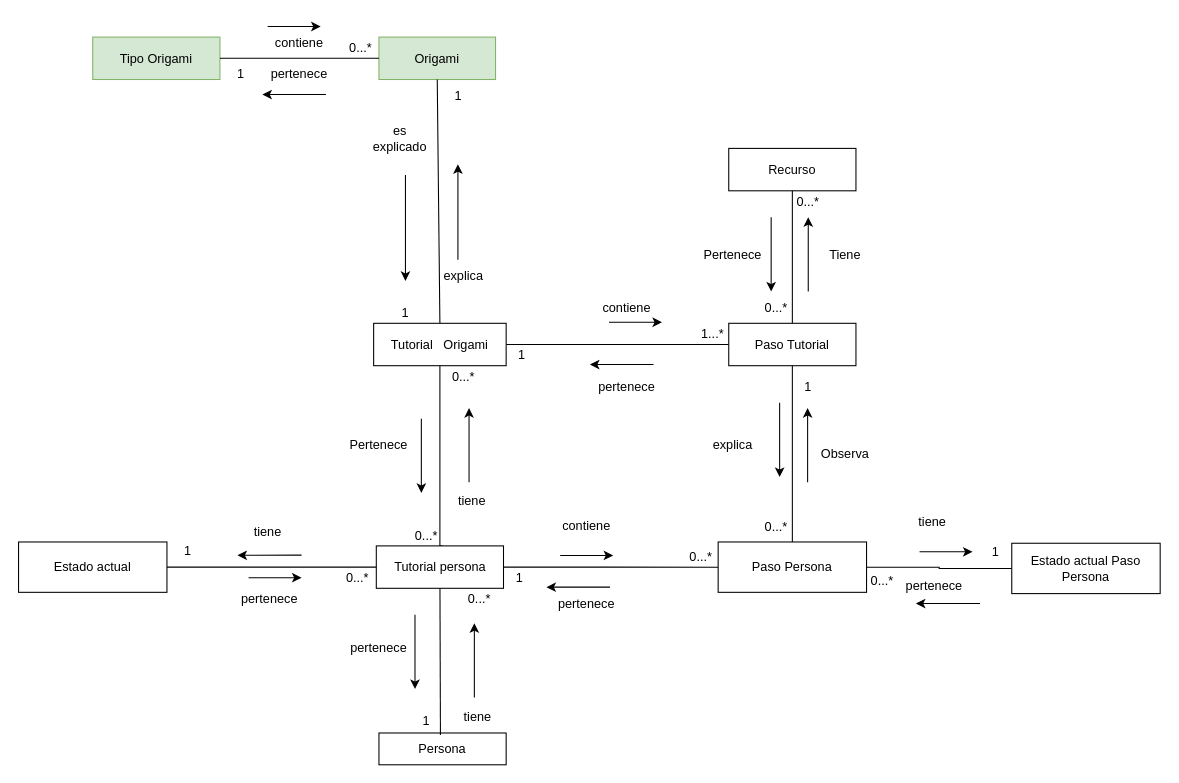
Earlier version of the draw.io diagram ModeloDeDominio3D.drawio (andrescastillo1996/documentacionMundoOrigami). Source tidied: cells renumbered, new cells numbered last; positions are measured from the earlier drawing's top-left corner, leaving out a move shared by most shapes. Both pictures are drawn from the tidied source at 106%, with x=0, y=0 at pixel (18, 26).
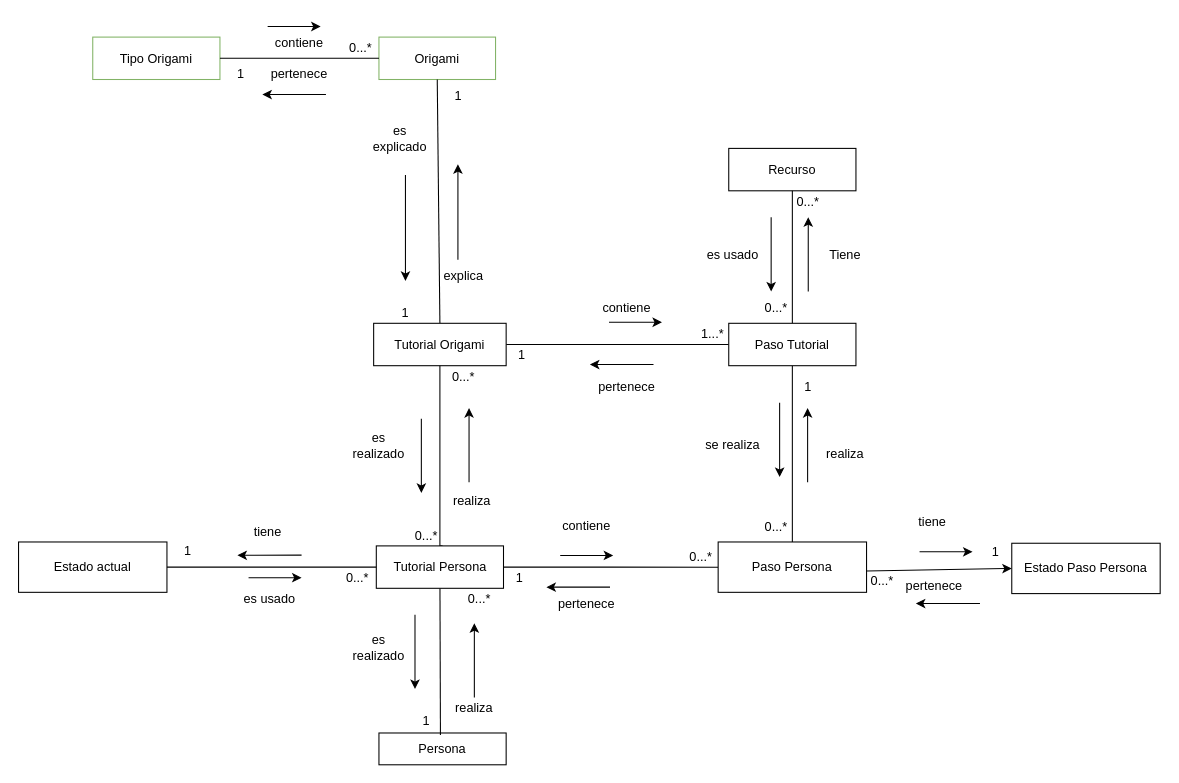
The same page after the edit.

Commit message:
últimos cambios ModeloDeDominio3D.drawio

The change refers to these unchanged cells:
```xml
<mxCell id="62" value="Paso Persona" style="rounded=0;whiteSpace=wrap;html=1;" parent="1" vertex="1">
  <mxGeometry x="660" y="485.8" width="140" height="47.5" as="geometry" />
</mxCell>
<mxCell id="80" value="0...*" style="text;html=1;strokeColor=none;fillColor=none;align=center;verticalAlign=middle;whiteSpace=wrap;rounded=0;" parent="1" vertex="1">
  <mxGeometry x="800" y="513.2" width="30" height="20" as="geometry" />
</mxCell>
```

The edit, as a diff of the source:
```diff
@@
-    <mxCell id="2" value="Tipo Origami" style="rounded=0;whiteSpace=wrap;html=1;fillColor=#d5e8d4;strokeColor=#82b366;" parent="1" vertex="1">
+    <mxCell id="2" value="Tipo Origami" style="rounded=0;whiteSpace=wrap;html=1;fillColor=#FFFFFF;strokeColor=#82b366;" parent="1" vertex="1">
       <mxGeometry x="70" y="9.5" width="120" height="40" as="geometry" />
     </mxCell>
-    <mxCell id="3" value="Origami" style="rounded=0;whiteSpace=wrap;html=1;fillColor=#d5e8d4;strokeColor=#82b366;" parent="1" vertex="1">
+    <mxCell id="3" value="Origami" style="rounded=0;whiteSpace=wrap;html=1;fillColor=#FFFFFF;strokeColor=#82b366;" parent="1" vertex="1">
       <mxGeometry x="340" y="9.5" width="110" height="40" as="geometry" />
     </mxCell>
@@
-    <mxCell id="9" value="Tutorial&amp;nbsp; &amp;nbsp;Origami" style="rounded=0;whiteSpace=wrap;html=1;" parent="1" vertex="1">
+    <mxCell id="9" value="Tutorial Origami" style="rounded=0;whiteSpace=wrap;html=1;" parent="1" vertex="1">
       <mxGeometry x="335" y="279.5" width="125" height="40" as="geometry" />
     </mxCell>
@@
-    <mxCell id="25" value="pertenece" style="text;html=1;strokeColor=none;fillColor=none;align=center;verticalAlign=middle;whiteSpace=wrap;rounded=0;" parent="1" vertex="1">
+    <mxCell id="25" value="es realizado" style="text;html=1;strokeColor=none;fillColor=none;align=center;verticalAlign=middle;whiteSpace=wrap;rounded=0;" parent="1" vertex="1">
       <mxGeometry x="310" y="571" width="60" height="30" as="geometry" />
     </mxCell>
-    <mxCell id="26" value="tiene&amp;nbsp;" style="text;html=1;strokeColor=none;fillColor=none;align=center;verticalAlign=middle;whiteSpace=wrap;rounded=0;" parent="1" vertex="1">
-      <mxGeometry x="405" y="636" width="60" height="30" as="geometry" />
+    <mxCell id="26" value="realiza" style="text;html=1;strokeColor=none;fillColor=none;align=center;verticalAlign=middle;whiteSpace=wrap;rounded=0;" parent="1" vertex="1">
+      <mxGeometry x="400" y="628" width="60" height="30" as="geometry" />
     </mxCell>
@@
-    <mxCell id="34" value="Tutorial persona" style="rounded=0;whiteSpace=wrap;html=1;" parent="1" vertex="1">
+    <mxCell id="34" value="Tutorial Persona" style="rounded=0;whiteSpace=wrap;html=1;" parent="1" vertex="1">
       <mxGeometry x="337.5" y="489.5" width="120" height="40" as="geometry" />
     </mxCell>
@@
-    <mxCell id="37" value="tiene" style="text;html=1;strokeColor=none;fillColor=none;align=center;verticalAlign=middle;whiteSpace=wrap;rounded=0;" parent="1" vertex="1">
+    <mxCell id="37" value="realiza" style="text;html=1;strokeColor=none;fillColor=none;align=center;verticalAlign=middle;whiteSpace=wrap;rounded=0;" parent="1" vertex="1">
       <mxGeometry x="397.5" y="432" width="60" height="30" as="geometry" />
     </mxCell>
-    <mxCell id="38" value="Pertenece" style="text;html=1;strokeColor=none;fillColor=none;align=center;verticalAlign=middle;whiteSpace=wrap;rounded=0;" parent="1" vertex="1">
+    <mxCell id="38" value="es realizado" style="text;html=1;strokeColor=none;fillColor=none;align=center;verticalAlign=middle;whiteSpace=wrap;rounded=0;" parent="1" vertex="1">
       <mxGeometry x="310" y="379.5" width="60" height="30" as="geometry" />
     </mxCell>
@@
-    <mxCell id="50" value="Pertenece" style="text;html=1;strokeColor=none;fillColor=none;align=center;verticalAlign=middle;whiteSpace=wrap;rounded=0;" parent="1" vertex="1">
+    <mxCell id="50" value="es usado" style="text;html=1;strokeColor=none;fillColor=none;align=center;verticalAlign=middle;whiteSpace=wrap;rounded=0;" parent="1" vertex="1">
       <mxGeometry x="644" y="199.5" width="60" height="30" as="geometry" />
     </mxCell>
@@
-    <mxCell id="61" style="edgeStyle=orthogonalEdgeStyle;rounded=0;jettySize=auto;html=1;endArrow=none;endFill=0;" parent="1" edge="1" source="62" target="74">
-      <mxGeometry relative="1" as="geometry" />
-    </mxCell>
@@
-    <mxCell id="70" value="pertenece" style="text;html=1;strokeColor=none;fillColor=none;align=center;verticalAlign=middle;whiteSpace=wrap;rounded=0;" parent="1" vertex="1">
+    <mxCell id="70" value="es usado" style="text;html=1;strokeColor=none;fillColor=none;align=center;verticalAlign=middle;whiteSpace=wrap;rounded=0;" parent="1" vertex="1">
       <mxGeometry x="207" y="529.5" width="60" height="20" as="geometry" />
     </mxCell>
@@
-    <mxCell id="74" value="Estado actual Paso Persona" style="rounded=0;whiteSpace=wrap;html=1;" parent="1" vertex="1">
+    <mxCell id="74" value="Estado Paso Persona" style="rounded=0;whiteSpace=wrap;html=1;" parent="1" vertex="1">
       <mxGeometry x="937" y="487" width="140" height="47.5" as="geometry" />
     </mxCell>
@@
-    <mxCell id="81" value="explica" style="text;html=1;strokeColor=none;fillColor=none;align=center;verticalAlign=middle;whiteSpace=wrap;rounded=0;" parent="1" vertex="1">
+    <mxCell id="81" value="se realiza" style="text;html=1;strokeColor=none;fillColor=none;align=center;verticalAlign=middle;whiteSpace=wrap;rounded=0;" parent="1" vertex="1">
       <mxGeometry x="644" y="379.5" width="60" height="30" as="geometry" />
     </mxCell>
-    <mxCell id="82" value="Observa" style="text;html=1;strokeColor=none;fillColor=none;align=center;verticalAlign=middle;whiteSpace=wrap;rounded=0;" parent="1" vertex="1">
+    <mxCell id="82" value="realiza" style="text;html=1;strokeColor=none;fillColor=none;align=center;verticalAlign=middle;whiteSpace=wrap;rounded=0;" parent="1" vertex="1">
       <mxGeometry x="750" y="388" width="60" height="30" as="geometry" />
     </mxCell>
+    <mxCell id="83" style="endArrow=classic;html=1;rounded=0;exitX=0;exitY=0;exitDx=0;exitDy=0;entryX=0;entryY=0.5;entryDx=0;entryDy=0;" parent="1" edge="1" source="80" target="74">
+      <mxGeometry relative="1" as="geometry" />
+    </mxCell>
```
